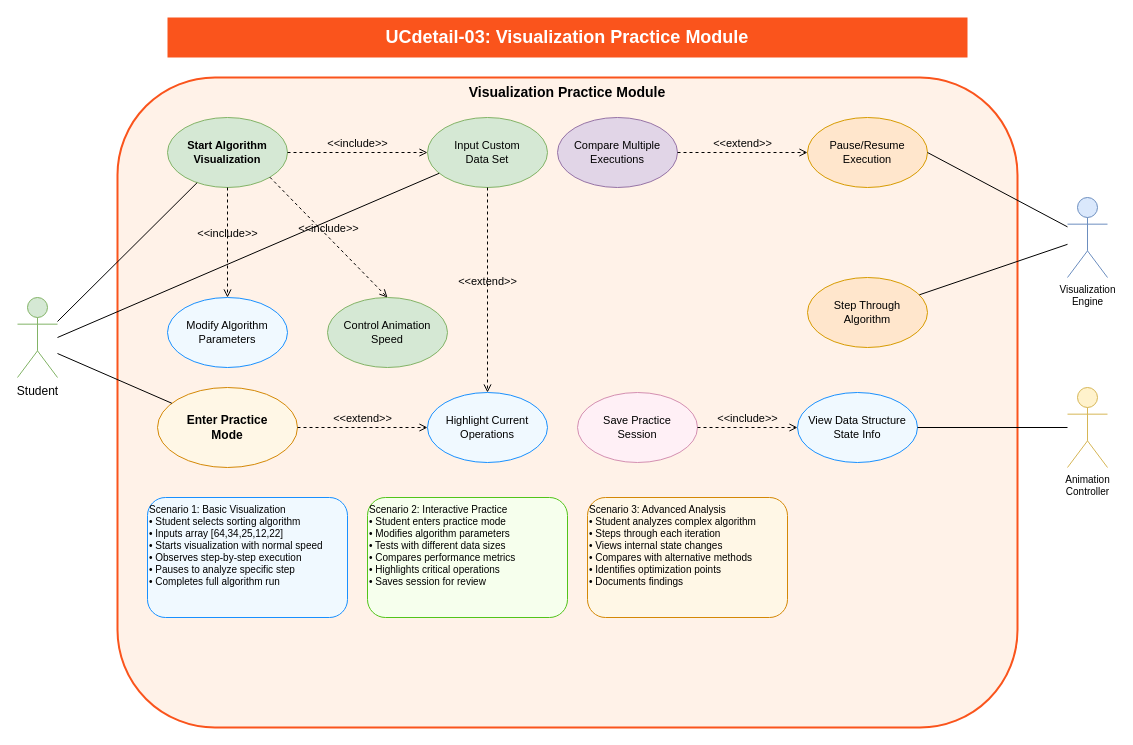
HieNguyen08/dsa-visualizer keeps this draw.io diagram as dsa-visualizer/academic-project/enhanced-diagrams/UCdetail-03-visualization-practice.drawio. Above is the earlier version. Source tidied: cells renumbered, new cells numbered last; positions are measured from the earlier drawing's top-left corner, leaving out a move shared by most shapes. Both pictures are drawn from the tidied source at 100%, with x=0, y=0 at pixel (17, 17).
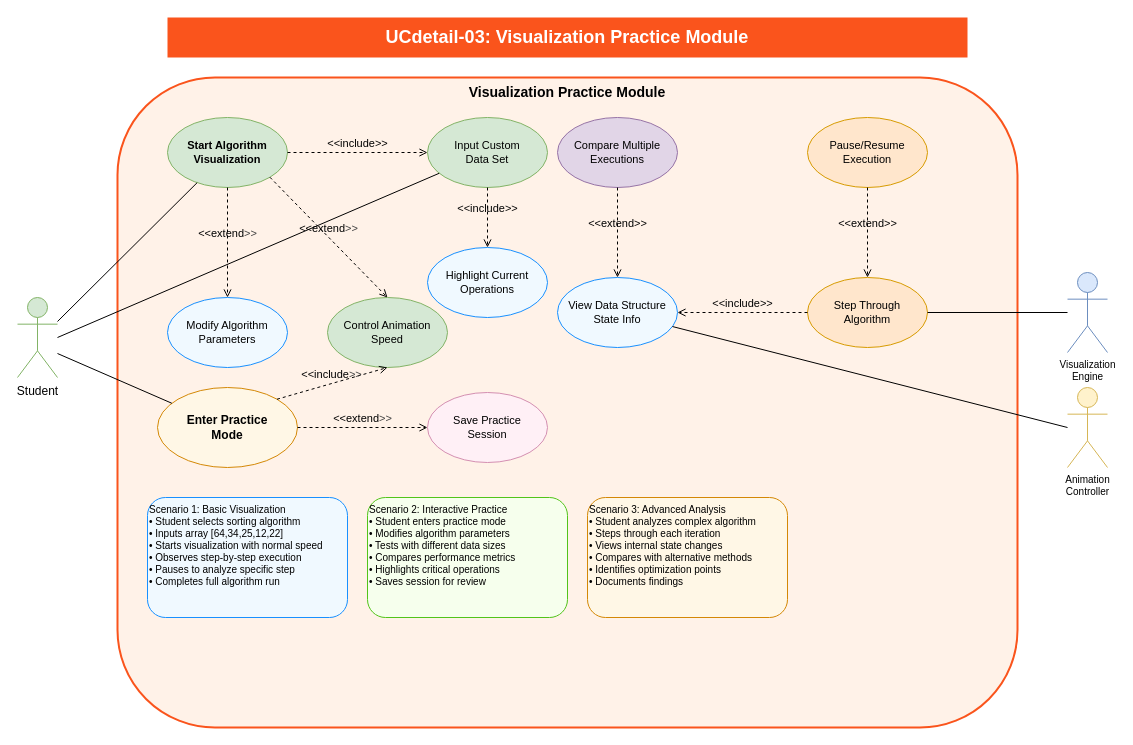
The same diagram, later.

Commit message (it also covers changes not shown here):
feat: Implement complete UML relationships in all UCdetail diagrams

The change refers to these unchanged cells:
```xml
<mxCell id="7" value="Start Algorithm&#10;Visualization" style="ellipse;whiteSpace=wrap;html=1;fontSize=11;fillColor=#d5e8d4;strokeColor=#82b366;fontStyle=1;" parent="1" vertex="1">
  <mxGeometry x="150" y="100" width="120" height="70" as="geometry" />
</mxCell>
<mxCell id="8" value="Input Custom&#10;Data Set" style="ellipse;whiteSpace=wrap;html=1;fontSize=11;fillColor=#d5e8d4;strokeColor=#82b366;" parent="1" vertex="1">
  <mxGeometry x="410" y="100" width="120" height="70" as="geometry" />
</mxCell>
<mxCell id="9" value="Control Animation&#10;Speed" style="ellipse;whiteSpace=wrap;html=1;fontSize=11;fillColor=#d5e8d4;strokeColor=#82b366;" parent="1" vertex="1">
  <mxGeometry x="310" y="280" width="120" height="70" as="geometry" />
</mxCell>
<mxCell id="10" value="Step Through&#10;Algorithm" style="ellipse;whiteSpace=wrap;html=1;fontSize=11;fillColor=#ffe6cc;strokeColor=#d79b00;" parent="1" vertex="1">
  <mxGeometry x="790" y="260" width="120" height="70" as="geometry" />
</mxCell>
<mxCell id="11" value="Pause/Resume&#10;Execution" style="ellipse;whiteSpace=wrap;html=1;fontSize=11;fillColor=#ffe6cc;strokeColor=#d79b00;" parent="1" vertex="1">
  <mxGeometry x="790" y="100" width="120" height="70" as="geometry" />
</mxCell>
<mxCell id="12" value="Modify Algorithm&#10;Parameters" style="ellipse;whiteSpace=wrap;html=1;fontSize=11;fillColor=#f0f9ff;strokeColor=#1890ff;" parent="1" vertex="1">
  <mxGeometry x="150" y="280" width="120" height="70" as="geometry" />
</mxCell>
<mxCell id="15" value="Compare Multiple&#10;Executions" style="ellipse;whiteSpace=wrap;html=1;fontSize=11;fillColor=#e1d5e7;strokeColor=#9673a6;" parent="1" vertex="1">
  <mxGeometry x="540" y="100" width="120" height="70" as="geometry" />
</mxCell>
<mxCell id="16" value="Enter Practice&#10;Mode" style="ellipse;whiteSpace=wrap;html=1;fontSize=12;fillColor=#fff7e6;strokeColor=#d48806;fontStyle=1;" parent="1" vertex="1">
  <mxGeometry x="140" y="370" width="140" height="80" as="geometry" />
</mxCell>
```

Diff of the diagram source:
```diff
@@
     <mxCell id="5" value="Visualization&#10;Engine" style="shape=umlActor;verticalLabelPosition=bottom;verticalAlign=top;html=1;outlineConnect=0;fontSize=10;fillColor=#dae8fc;strokeColor=#6c8ebf;" parent="1" vertex="1">
-      <mxGeometry x="1050" y="180" width="40" height="80" as="geometry" />
+      <mxGeometry x="1050" y="255" width="40" height="80" as="geometry" />
     </mxCell>
@@
     <mxCell id="13" value="Highlight Current&#10;Operations" style="ellipse;whiteSpace=wrap;html=1;fontSize=11;fillColor=#f0f9ff;strokeColor=#1890ff;" parent="1" vertex="1">
-      <mxGeometry x="410" y="375" width="120" height="70" as="geometry" />
+      <mxGeometry x="410" y="230" width="120" height="70" as="geometry" />
     </mxCell>
     <mxCell id="14" value="View Data Structure&#10;State Info" style="ellipse;whiteSpace=wrap;html=1;fontSize=11;fillColor=#f0f9ff;strokeColor=#1890ff;" parent="1" vertex="1">
-      <mxGeometry x="780" y="375" width="120" height="70" as="geometry" />
+      <mxGeometry x="540" y="260" width="120" height="70" as="geometry" />
     </mxCell>
@@
     <mxCell id="17" value="Save Practice&#10;Session" style="ellipse;whiteSpace=wrap;html=1;fontSize=11;fillColor=#fff0f6;strokeColor=#d48fb1;" parent="1" vertex="1">
-      <mxGeometry x="560" y="375" width="120" height="70" as="geometry" />
+      <mxGeometry x="410" y="375" width="120" height="70" as="geometry" />
     </mxCell>
@@
-    <mxCell id="27" value="&amp;lt;&amp;lt;include&amp;gt;&amp;gt;" style="html=1;verticalAlign=bottom;labelBackgroundColor=none;endArrow=open;endFill=0;dashed=1;exitX=0.5;exitY=1;exitDx=0;exitDy=0;entryX=0.5;entryY=0;entryDx=0;entryDy=0;" parent="1" edge="1" source="7" target="12">
-      <mxGeometry relative="1" as="geometry" />
-    </mxCell>
-    <mxCell id="28" value="&amp;lt;&amp;lt;extend&amp;gt;&amp;gt;" style="html=1;verticalAlign=bottom;labelBackgroundColor=none;endArrow=open;endFill=0;dashed=1;entryX=0;entryY=0.5;entryDx=0;entryDy=0;exitX=1;exitY=0.5;exitDx=0;exitDy=0;" parent="1" edge="1" source="16" target="13">
-      <mxGeometry relative="1" as="geometry" />
-    </mxCell>
-    <mxCell id="29" value="&amp;lt;&amp;lt;extend&amp;gt;&amp;gt;" style="html=1;verticalAlign=bottom;labelBackgroundColor=none;endArrow=open;endFill=0;dashed=1;entryX=0.5;entryY=0;entryDx=0;entryDy=0;exitX=0.5;exitY=1;exitDx=0;exitDy=0;" parent="1" edge="1" source="8" target="13">
+    <mxCell id="29" value="&amp;lt;&amp;lt;include&amp;gt;&amp;gt;" style="html=1;verticalAlign=bottom;labelBackgroundColor=none;endArrow=open;endFill=0;dashed=1;entryX=0.5;entryY=0;entryDx=0;entryDy=0;exitX=0.5;exitY=1;exitDx=0;exitDy=0;" parent="1" edge="1" source="8" target="13">
       <mxGeometry relative="1" as="geometry" />
     </mxCell>
-    <mxCell id="30" value="&amp;lt;&amp;lt;include&amp;gt;&amp;gt;" style="html=1;verticalAlign=bottom;labelBackgroundColor=none;endArrow=open;endFill=0;dashed=1;exitX=1;exitY=1;exitDx=0;exitDy=0;entryX=0.5;entryY=0;entryDx=0;entryDy=0;" parent="1" edge="1" source="7" target="9">
+    <mxCell id="30" value="&amp;lt;&amp;lt;extend&lt;span style=&quot;color: rgb(63, 63, 63); background-color: transparent;&quot;&gt;&amp;gt;&amp;gt;&lt;/span&gt;" style="html=1;verticalAlign=bottom;labelBackgroundColor=none;endArrow=open;endFill=0;dashed=1;exitX=1;exitY=1;exitDx=0;exitDy=0;entryX=0.5;entryY=0;entryDx=0;entryDy=0;" parent="1" edge="1" source="7" target="9">
       <mxGeometry relative="1" as="geometry" />
     </mxCell>
-    <mxCell id="31" value="&amp;lt;&amp;lt;include&amp;gt;&amp;gt;" style="html=1;verticalAlign=bottom;labelBackgroundColor=none;endArrow=open;endFill=0;dashed=1;exitX=1;exitY=0.5;exitDx=0;exitDy=0;entryX=0;entryY=0.5;entryDx=0;entryDy=0;" parent="1" edge="1" source="17" target="14">
+    <mxCell id="31" value="&amp;lt;&amp;lt;include&amp;gt;&amp;gt;" style="html=1;verticalAlign=bottom;labelBackgroundColor=none;endArrow=open;endFill=0;dashed=1;exitX=0;exitY=0.5;exitDx=0;exitDy=0;entryX=1;entryY=0.5;entryDx=0;entryDy=0;" parent="1" edge="1" source="10" target="14">
       <mxGeometry relative="1" as="geometry" />
     </mxCell>
-    <mxCell id="32" value="&amp;lt;&amp;lt;extend&amp;gt;&amp;gt;" style="html=1;verticalAlign=bottom;labelBackgroundColor=none;endArrow=open;endFill=0;dashed=1;entryX=0;entryY=0.5;entryDx=0;entryDy=0;exitX=1;exitY=0.5;exitDx=0;exitDy=0;" parent="1" edge="1" source="15" target="11">
-      <mxGeometry relative="1" as="geometry" />
-    </mxCell>
-    <mxCell id="33" style="endArrow=none;html=1;rounded=0;fontSize=12;startSize=8;endSize=8;entryX=1;entryY=0.5;entryDx=0;entryDy=0;" parent="1" edge="1" source="5" target="11">
-      <mxGeometry relative="1" as="geometry" />
-    </mxCell>
+    <mxCell id="34" value="&amp;lt;&amp;lt;include&lt;span style=&quot;color: rgb(63, 63, 63); background-color: transparent;&quot;&gt;&amp;gt;&amp;gt;&lt;/span&gt;" style="html=1;verticalAlign=bottom;labelBackgroundColor=none;endArrow=open;endFill=0;dashed=1;exitX=1;exitY=0;exitDx=0;exitDy=0;entryX=0.5;entryY=1;entryDx=0;entryDy=0;" parent="1" edge="1" source="16" target="9">
+      <mxGeometry relative="1" as="geometry" />
+    </mxCell>
+    <mxCell id="35" value="&amp;lt;&amp;lt;extend&lt;span style=&quot;color: rgb(63, 63, 63); background-color: transparent;&quot;&gt;&amp;gt;&amp;gt;&lt;/span&gt;" style="html=1;verticalAlign=bottom;labelBackgroundColor=none;endArrow=open;endFill=0;dashed=1;exitX=1;exitY=0.5;exitDx=0;exitDy=0;entryX=0;entryY=0.5;entryDx=0;entryDy=0;" parent="1" edge="1" source="16" target="17">
+      <mxGeometry relative="1" as="geometry" />
+    </mxCell>
+    <mxCell id="36" value="&amp;lt;&amp;lt;extend&amp;gt;&amp;gt;" style="html=1;verticalAlign=bottom;labelBackgroundColor=none;endArrow=open;endFill=0;dashed=1;entryX=0.5;entryY=0;entryDx=0;entryDy=0;exitX=0.5;exitY=1;exitDx=0;exitDy=0;" parent="1" edge="1" source="15" target="14">
+      <mxGeometry relative="1" as="geometry" />
+    </mxCell>
+    <mxCell id="37" value="&amp;lt;&amp;lt;extend&amp;gt;&amp;gt;" style="html=1;verticalAlign=bottom;labelBackgroundColor=none;endArrow=open;endFill=0;dashed=1;entryX=0.5;entryY=0;entryDx=0;entryDy=0;exitX=0.5;exitY=1;exitDx=0;exitDy=0;" parent="1" edge="1" source="11" target="10">
+      <mxGeometry relative="1" as="geometry" />
+    </mxCell>
+    <mxCell id="27" value="&amp;lt;&amp;lt;extend&lt;span style=&quot;color: rgb(63, 63, 63); background-color: transparent;&quot;&gt;&amp;gt;&amp;gt;&lt;/span&gt;" style="html=1;verticalAlign=bottom;labelBackgroundColor=none;endArrow=open;endFill=0;dashed=1;exitX=0.5;exitY=1;exitDx=0;exitDy=0;entryX=0.5;entryY=0;entryDx=0;entryDy=0;" parent="1" edge="1" source="7" target="12">
+      <mxGeometry relative="1" as="geometry" />
+    </mxCell>
```
